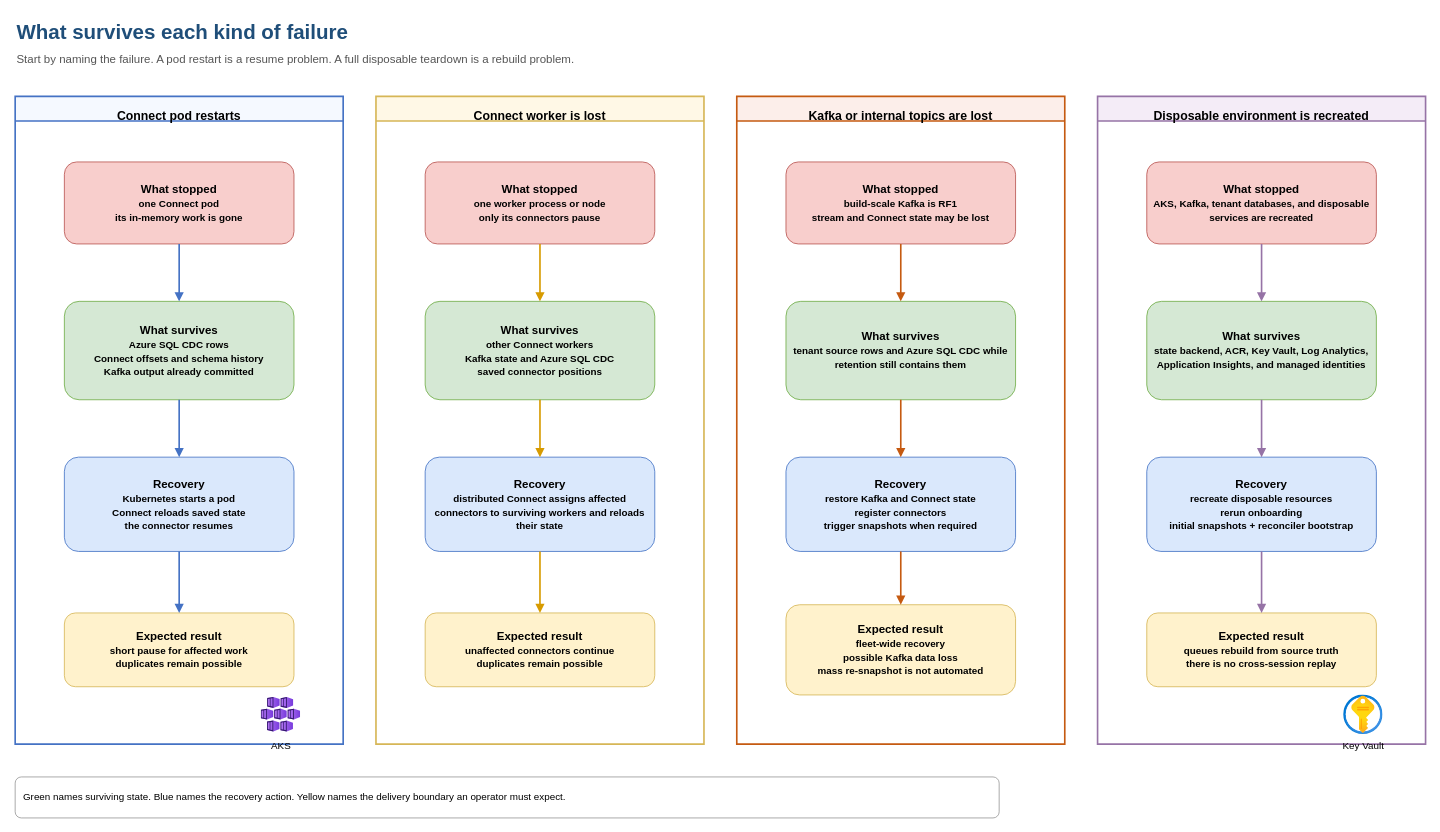
The draw.io diagram docs/diagrams/failure-survival.drawio in collaborationwithothers/cdc-platform-azure, before the edit. Source tidied: cells renumbered, new cells numbered last; positions are measured from the earlier drawing's top-left corner, leaving out a move shared by most shapes. Both pictures are drawn from the tidied source at 82%, with x=0, y=0 at pixel (15, 14).
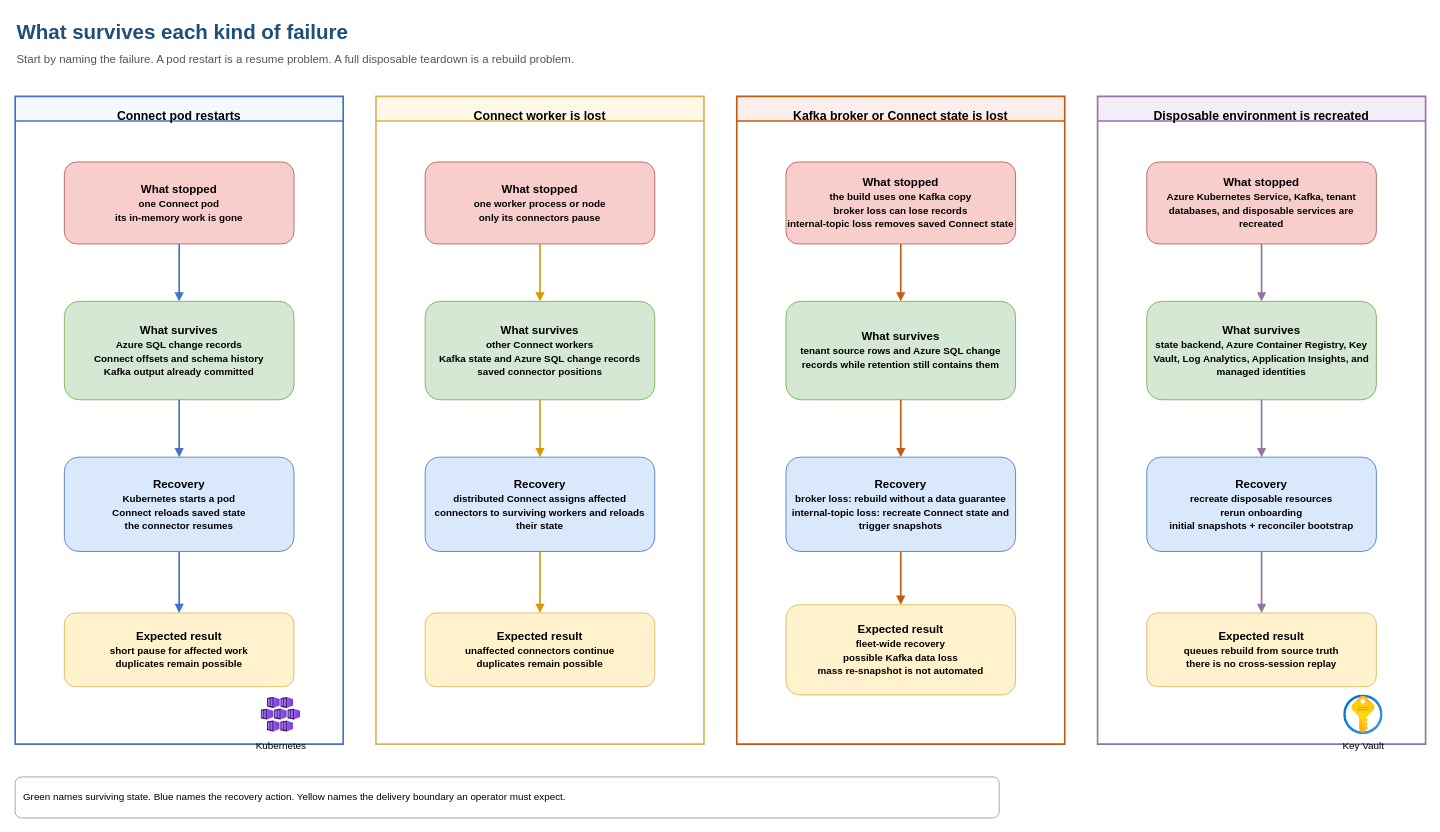
The same diagram, later.

Diff of the diagram source:
```diff
@@
-    <mxCell id="6" value="Kafka or internal topics are lost" style="swimlane;startSize=30;whiteSpace=wrap;html=1;fillColor=#fceeea;strokeColor=#c55a11;strokeWidth=2;verticalAlign=top;align=center;spacingTop=8;fontSize=15;fontStyle=1;" parent="1" vertex="1">
+    <mxCell id="6" value="Kafka broker or Connect state is lost" style="swimlane;startSize=30;whiteSpace=wrap;html=1;fillColor=#fceeea;strokeColor=#c55a11;strokeWidth=2;verticalAlign=top;align=center;spacingTop=8;fontSize=15;fontStyle=1;" parent="1" vertex="1">
       <mxGeometry x="880" y="100" width="400" height="790" as="geometry" />
     </mxCell>
@@
-    <mxCell id="9" value="What survives&lt;br&gt;&lt;font style=&quot;font-size:12px&quot;&gt;Azure SQL CDC rows&lt;br&gt;Connect offsets and schema history&lt;br&gt;Kafka output already committed&lt;/font&gt;" style="rounded=1;whiteSpace=wrap;html=1;fillColor=#d5e8d4;strokeColor=#70ad47;fontSize=14;fontStyle=1;" parent="1" vertex="1">
+    <mxCell id="9" value="What survives&lt;br&gt;&lt;font style=&quot;font-size:12px&quot;&gt;Azure SQL change records&lt;br&gt;Connect offsets and schema history&lt;br&gt;Kafka output already committed&lt;/font&gt;" style="rounded=1;whiteSpace=wrap;html=1;fillColor=#d5e8d4;strokeColor=#70ad47;fontSize=14;fontStyle=1;" parent="1" vertex="1">
       <mxGeometry x="60" y="350" width="280" height="120" as="geometry" />
     </mxCell>
@@
-    <mxCell id="13" value="What survives&lt;br&gt;&lt;font style=&quot;font-size:12px&quot;&gt;other Connect workers&lt;br&gt;Kafka state and Azure SQL CDC&lt;br&gt;saved connector positions&lt;/font&gt;" style="rounded=1;whiteSpace=wrap;html=1;fillColor=#d5e8d4;strokeColor=#70ad47;fontSize=14;fontStyle=1;" parent="1" vertex="1">
+    <mxCell id="13" value="What survives&lt;br&gt;&lt;font style=&quot;font-size:12px&quot;&gt;other Connect workers&lt;br&gt;Kafka state and Azure SQL change records&lt;br&gt;saved connector positions&lt;/font&gt;" style="rounded=1;whiteSpace=wrap;html=1;fillColor=#d5e8d4;strokeColor=#70ad47;fontSize=14;fontStyle=1;" parent="1" vertex="1">
       <mxGeometry x="500" y="350" width="280" height="120" as="geometry" />
     </mxCell>
@@
-    <mxCell id="16" value="What stopped&lt;br&gt;&lt;font style=&quot;font-size:12px&quot;&gt;build-scale Kafka is RF1&lt;br&gt;stream and Connect state may be lost&lt;/font&gt;" style="rounded=1;whiteSpace=wrap;html=1;fillColor=#f8cecc;strokeColor=#b85450;fontSize=14;fontStyle=1;" parent="1" vertex="1">
+    <mxCell id="16" value="What stopped&lt;br&gt;&lt;font style=&quot;font-size:12px&quot;&gt;the build uses one Kafka copy&lt;br&gt;broker loss can lose records&lt;br&gt;internal-topic loss removes saved Connect state&lt;/font&gt;" style="rounded=1;whiteSpace=wrap;html=1;fillColor=#f8cecc;strokeColor=#b85450;fontSize=14;fontStyle=1;" parent="1" vertex="1">
       <mxGeometry x="940" y="180" width="280" height="100" as="geometry" />
     </mxCell>
-    <mxCell id="17" value="What survives&lt;br&gt;&lt;font style=&quot;font-size:12px&quot;&gt;tenant source rows and Azure SQL CDC while retention still contains them&lt;/font&gt;" style="rounded=1;whiteSpace=wrap;html=1;fillColor=#d5e8d4;strokeColor=#70ad47;fontSize=14;fontStyle=1;" parent="1" vertex="1">
+    <mxCell id="17" value="What survives&lt;br&gt;&lt;font style=&quot;font-size:12px&quot;&gt;tenant source rows and Azure SQL change records while retention still contains them&lt;/font&gt;" style="rounded=1;whiteSpace=wrap;html=1;fillColor=#d5e8d4;strokeColor=#70ad47;fontSize=14;fontStyle=1;" parent="1" vertex="1">
       <mxGeometry x="940" y="350" width="280" height="120" as="geometry" />
     </mxCell>
-    <mxCell id="18" value="Recovery&lt;br&gt;&lt;font style=&quot;font-size:12px&quot;&gt;restore Kafka and Connect state&lt;br&gt;register connectors&lt;br&gt;trigger snapshots when required&lt;/font&gt;" style="rounded=1;whiteSpace=wrap;html=1;fillColor=#dae8fc;strokeColor=#4472c4;fontSize=14;fontStyle=1;" parent="1" vertex="1">
+    <mxCell id="18" value="Recovery&lt;br&gt;&lt;font style=&quot;font-size:12px&quot;&gt;broker loss: rebuild without a data guarantee&lt;br&gt;internal-topic loss: recreate Connect state and trigger snapshots&lt;/font&gt;" style="rounded=1;whiteSpace=wrap;html=1;fillColor=#dae8fc;strokeColor=#4472c4;fontSize=14;fontStyle=1;" parent="1" vertex="1">
       <mxGeometry x="940" y="540" width="280" height="115" as="geometry" />
     </mxCell>
@@
-    <mxCell id="20" value="What stopped&lt;br&gt;&lt;font style=&quot;font-size:12px&quot;&gt;AKS, Kafka, tenant databases, and disposable services are recreated&lt;/font&gt;" style="rounded=1;whiteSpace=wrap;html=1;fillColor=#f8cecc;strokeColor=#b85450;fontSize=14;fontStyle=1;" parent="1" vertex="1">
+    <mxCell id="20" value="What stopped&lt;br&gt;&lt;font style=&quot;font-size:12px&quot;&gt;Azure Kubernetes Service, Kafka, tenant databases, and disposable services are recreated&lt;/font&gt;" style="rounded=1;whiteSpace=wrap;html=1;fillColor=#f8cecc;strokeColor=#b85450;fontSize=14;fontStyle=1;" parent="1" vertex="1">
       <mxGeometry x="1380" y="180" width="280" height="100" as="geometry" />
     </mxCell>
-    <mxCell id="21" value="What survives&lt;br&gt;&lt;font style=&quot;font-size:12px&quot;&gt;state backend, ACR, Key Vault, Log Analytics, Application Insights, and managed identities&lt;/font&gt;" style="rounded=1;whiteSpace=wrap;html=1;fillColor=#d5e8d4;strokeColor=#70ad47;fontSize=14;fontStyle=1;" parent="1" vertex="1">
+    <mxCell id="21" value="What survives&lt;br&gt;&lt;font style=&quot;font-size:12px&quot;&gt;state backend, Azure Container Registry, Key Vault, Log Analytics, Application Insights, and managed identities&lt;/font&gt;" style="rounded=1;whiteSpace=wrap;html=1;fillColor=#d5e8d4;strokeColor=#70ad47;fontSize=14;fontStyle=1;" parent="1" vertex="1">
       <mxGeometry x="1380" y="350" width="280" height="120" as="geometry" />
     </mxCell>
@@
-    <mxCell id="24" value="AKS" style="shape=image;html=1;verticalLabelPosition=bottom;verticalAlign=top;align=center;fontSize=12;image=img/lib/azure2/containers/Kubernetes_Services.svg;" parent="1" vertex="1">
+    <mxCell id="24" value="Kubernetes" style="shape=image;html=1;verticalLabelPosition=bottom;verticalAlign=top;align=center;fontSize=12;image=img/lib/azure2/containers/Kubernetes_Services.svg;" parent="1" vertex="1">
       <mxGeometry x="300" y="830" width="48" height="48" as="geometry" />
     </mxCell>
```
